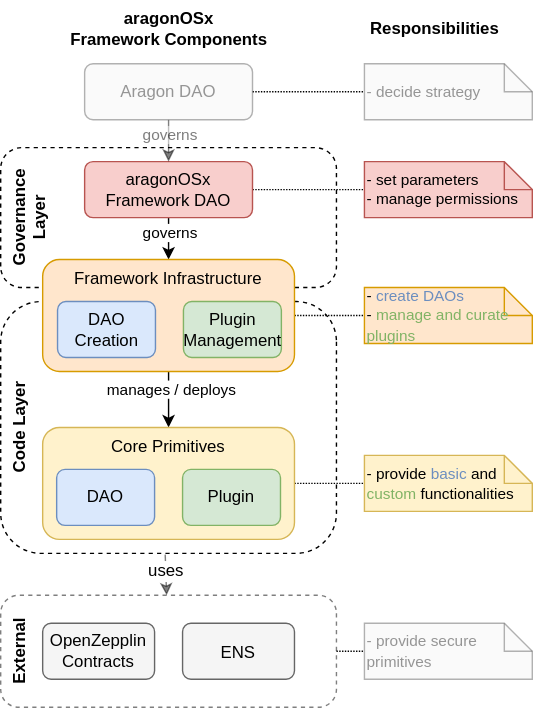
Earlier version of the draw.io export packages/contracts/docs/core/01-how-it-works/02-framework/aragon-os-framework-overview.drawio.svg (aragon/osx). Source tidied: cells renumbered, new cells last; positions are measured from the earlier drawing's top-left corner, leaving out a move shared by most shapes.
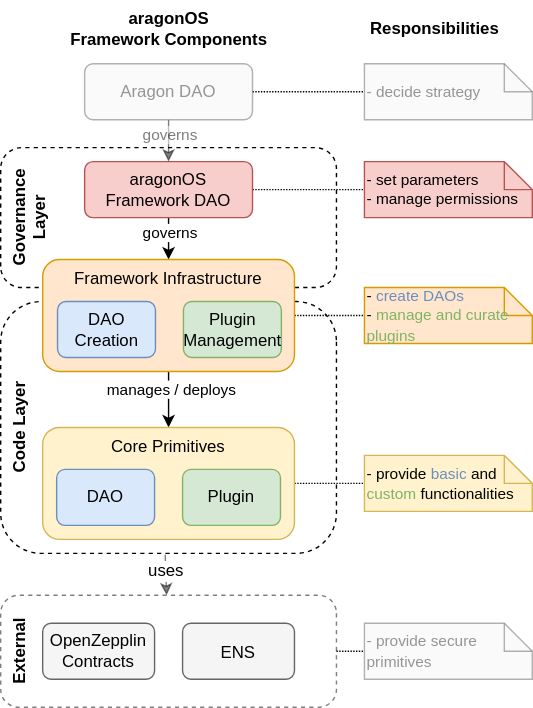
After the change.

Commit message:
Removed x from aragonOS name

Diff of the diagram source:
```diff
@@ -46,7 +46,7 @@
         </Array>
       </mxGeometry>
     </mxCell>
-    <mxCell id="15" value="&lt;font color=&quot;#000000&quot; style=&quot;font-size: 12px;&quot;&gt;&lt;span style=&quot;font-size: 12px;&quot;&gt;&lt;b&gt;aragonOSx&lt;br&gt;&lt;/b&gt;&lt;/span&gt;&lt;b style=&quot;font-size: 12px;&quot;&gt;Framework Components&lt;br style=&quot;font-size: 12px;&quot;&gt;&lt;/b&gt;&lt;/font&gt;" style="text;html=1;align=center;verticalAlign=middle;strokeColor=none;fillColor=none;fontSize=12;fontColor=#7EA6E0;rounded=0;" parent="1" vertex="1">
+    <mxCell id="15" value="&lt;font color=&quot;#000000&quot; style=&quot;font-size: 12px;&quot;&gt;&lt;span style=&quot;font-size: 12px;&quot;&gt;&lt;b&gt;aragonOS&lt;br&gt;&lt;/b&gt;&lt;/span&gt;&lt;b style=&quot;font-size: 12px;&quot;&gt;Framework Components&lt;br style=&quot;font-size: 12px;&quot;&gt;&lt;/b&gt;&lt;/font&gt;" style="text;html=1;align=center;verticalAlign=middle;strokeColor=none;fillColor=none;fontSize=12;fontColor=#7EA6E0;rounded=0;" parent="1" vertex="1">
       <mxGeometry x="10" width="160" height="40" as="geometry" />
     </mxCell>
     <mxCell id="16" value="Governance Layer" style="rounded=1;whiteSpace=wrap;html=1;dashed=1;fillColor=none;verticalAlign=top;fontStyle=1;rotation=270;" parent="1" vertex="1">
@@ -60,7 +60,7 @@
         <mxPoint y="-7" as="offset" />
       </mxGeometry>
     </mxCell>
-    <mxCell id="19" value="aragonOSx Framework DAO" style="rounded=1;whiteSpace=wrap;html=1;verticalAlign=middle;fontStyle=0;fillColor=#f8cecc;strokeColor=#b85450;" parent="1" vertex="1">
+    <mxCell id="19" value="aragonOS Framework DAO" style="rounded=1;whiteSpace=wrap;html=1;verticalAlign=middle;fontStyle=0;fillColor=#f8cecc;strokeColor=#b85450;" parent="1" vertex="1">
       <mxGeometry x="30" y="115" width="120" height="40" as="geometry" />
     </mxCell>
     <mxCell id="20" style="edgeStyle=orthogonalEdgeStyle;rounded=0;jettySize=auto;html=1;textOpacity=50;opacity=50;" parent="1" edge="1" source="22" target="19">
```
